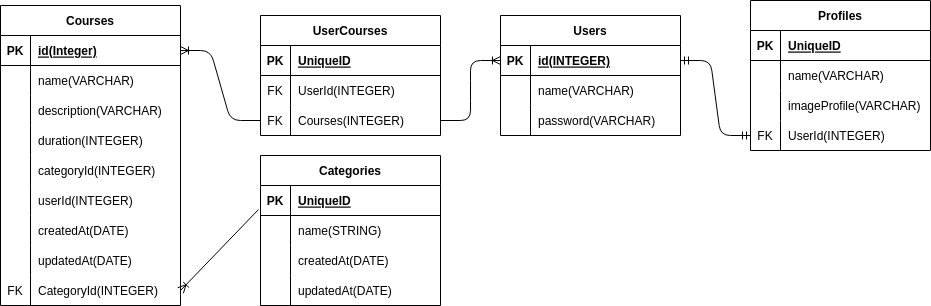
Above: schema.drawio.png in DimasAditya2/Team1 (draw.io), before the change. Source tidied: cells renumbered, new cells last; positions are measured from the earlier drawing's top-left corner, leaving out a move shared by most shapes.
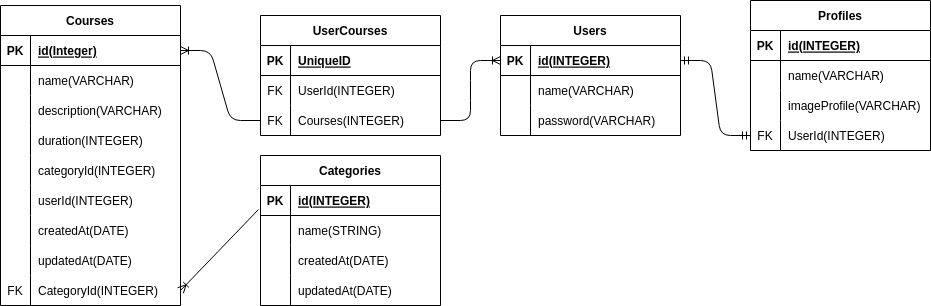
Above is the later version.

Diff of the diagram source:
```diff
@@ -11,7 +11,7 @@
     <mxCell id="4" value="PK" style="shape=partialRectangle;fillColor=none;top=0;left=0;bottom=0;right=0;fontStyle=1;overflow=hidden;" parent="3" vertex="1">
       <mxGeometry width="30" height="30" as="geometry" />
     </mxCell>
-    <mxCell id="5" value="UniqueID" style="shape=partialRectangle;fillColor=none;top=0;left=0;bottom=0;right=0;align=left;spacingLeft=6;fontStyle=5;overflow=hidden;" parent="3" vertex="1">
+    <mxCell id="5" value="id(INTEGER)" style="shape=partialRectangle;fillColor=none;top=0;left=0;bottom=0;right=0;align=left;spacingLeft=6;fontStyle=5;overflow=hidden;" parent="3" vertex="1">
       <mxGeometry x="30" width="150" height="30" as="geometry" />
     </mxCell>
     <mxCell id="6" style="shape=tableRow;horizontal=0;startSize=0;swimlaneHead=0;swimlaneBody=0;fillColor=none;top=0;left=0;right=0;bottom=0;" parent="2" vertex="1">
@@ -134,7 +134,7 @@
     <mxCell id="45" value="PK" style="shape=partialRectangle;fillColor=none;top=0;left=0;bottom=0;right=0;fontStyle=1;overflow=hidden;" parent="44" vertex="1">
       <mxGeometry width="30" height="30" as="geometry" />
     </mxCell>
-    <mxCell id="46" value="UniqueID" style="shape=partialRectangle;fillColor=none;top=0;left=0;bottom=0;right=0;align=left;spacingLeft=6;fontStyle=5;overflow=hidden;" parent="44" vertex="1">
+    <mxCell id="46" value="id(INTEGER)" style="shape=partialRectangle;fillColor=none;top=0;left=0;bottom=0;right=0;align=left;spacingLeft=6;fontStyle=5;overflow=hidden;" parent="44" vertex="1">
       <mxGeometry x="30" width="150" height="30" as="geometry" />
     </mxCell>
     <mxCell id="47" style="shape=tableRow;horizontal=0;startSize=0;swimlaneHead=0;swimlaneBody=0;fillColor=none;top=0;left=0;right=0;bottom=0;" parent="43" vertex="1">
```
